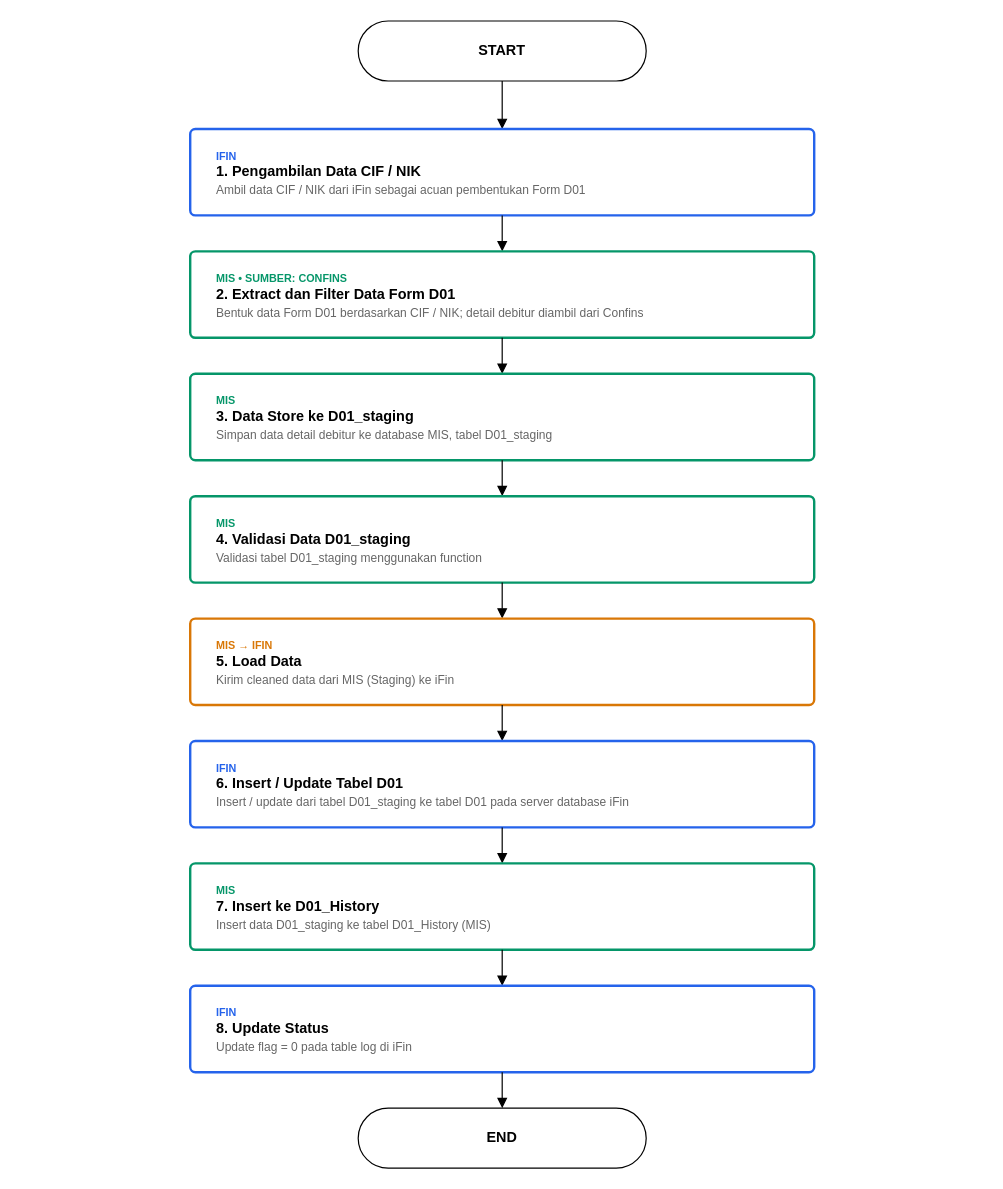
The draw.io diagram diagrams/slik-d01-business-flow.drawio in mcellina/flow_process_1, before the edit. Source tidied: cells renumbered, new cells numbered last; positions are measured from the earlier drawing's top-left corner, leaving out a move shared by most shapes. Both pictures are drawn from the tidied source at 120%, with x=0, y=0 at pixel (190, 20).
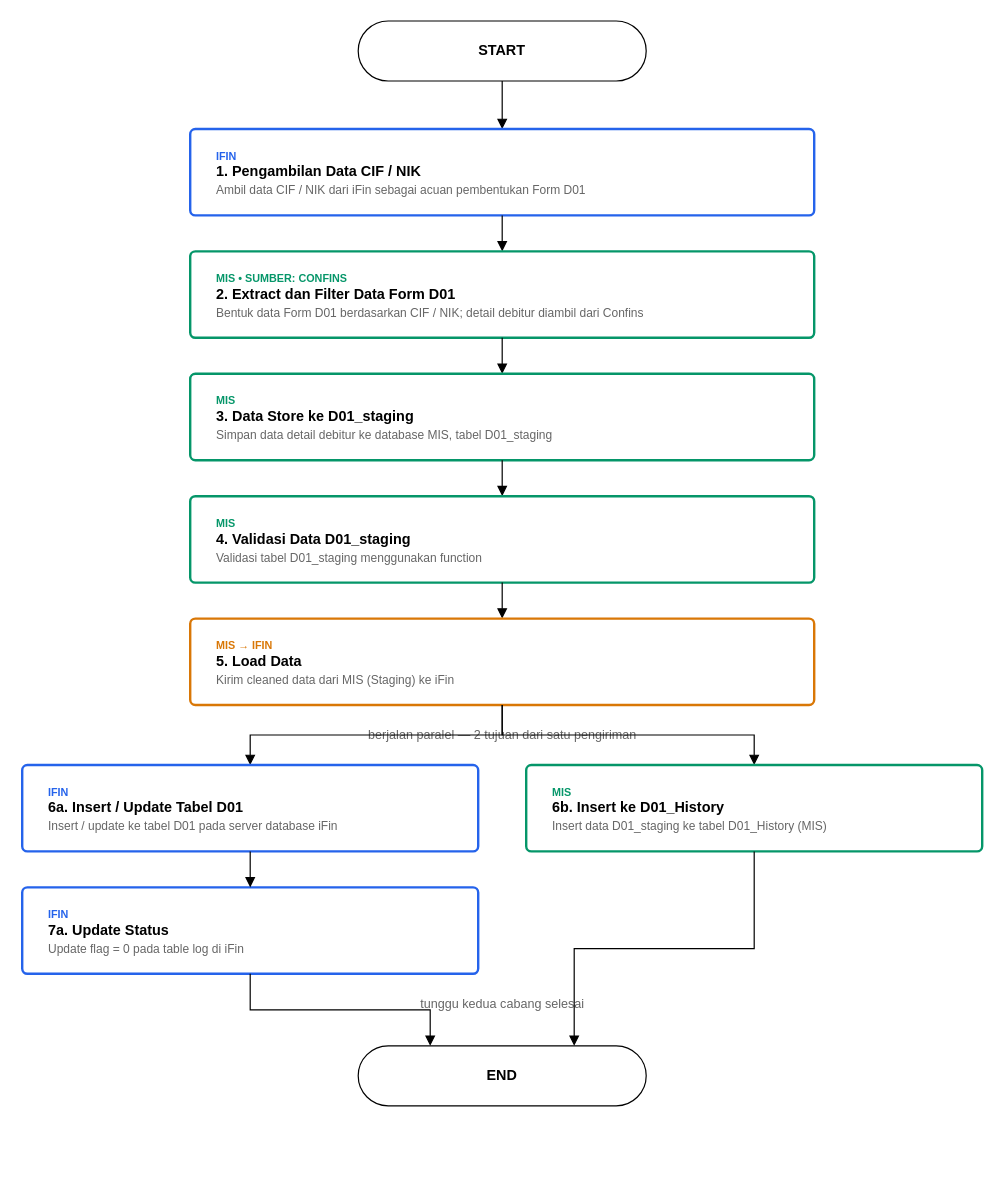
The same diagram, later.

Commit message (it also covers changes not shown here):
Reshape steps 6/7 into a parallel fork after Load Data

Insert/Update Tabel D01 + Update Status (iFin) and Insert ke D01_History
(MIS) are two destinations of the same send, not sequential steps -
mirrors the Multicast pattern already used in the SSIS control-flow
diagram. Renumbered to 6a/7a (iFin branch) and 6b (MIS branch), converging
before END.

The edit, as a diff of the source:
```diff
@@
-    <mxCell id="4" value="&lt;font style='font-size:9px;color:#2563eb'&gt;&lt;b&gt;IFIN&lt;/b&gt;&lt;/font&gt;&lt;br&gt;&lt;b&gt;1. Pengambilan Data CIF / NIK&lt;/b&gt;&lt;br&gt;&lt;font style='font-size:10px;color:#666666'&gt;Ambil data CIF / NIK dari iFin sebagai acuan pembentukan Form D01&lt;/font&gt;" style="rounded=1;arcSize=6;whiteSpace=wrap;html=1;align=left;verticalAlign=middle;spacing=8;spacingLeft=14;strokeColor=#2563eb;strokeWidth=2;" parent="1" vertex="1">
+    <mxCell id="4" value="&lt;font style='font-size:9px;color:#2563EB'&gt;&lt;b&gt;IFIN&lt;/b&gt;&lt;/font&gt;&lt;br&gt;&lt;b&gt;1. Pengambilan Data CIF / NIK&lt;/b&gt;&lt;br&gt;&lt;font style='font-size:10px;color:#666666'&gt;Ambil data CIF / NIK dari iFin sebagai acuan pembentukan Form D01&lt;/font&gt;" style="rounded=1;arcSize=6;whiteSpace=wrap;html=1;align=left;verticalAlign=middle;spacing=8;spacingLeft=14;strokeColor=#2563EB;strokeWidth=2;" parent="1" vertex="1">
       <mxGeometry y="90" width="520" height="72" as="geometry" />
     </mxCell>
@@
-    <mxCell id="6" value="&lt;font style='font-size:9px;color:#059669'&gt;&lt;b&gt;MIS  •  SUMBER: CONFINS&lt;/b&gt;&lt;/font&gt;&lt;br&gt;&lt;b&gt;2. Extract dan Filter Data Form D01&lt;/b&gt;&lt;br&gt;&lt;font style='font-size:10px;color:#666666'&gt;Bentuk data Form D01 berdasarkan CIF / NIK; detail debitur diambil dari Confins&lt;/font&gt;" style="rounded=1;arcSize=6;whiteSpace=wrap;html=1;align=left;verticalAlign=middle;spacing=8;spacingLeft=14;strokeColor=#059669;strokeWidth=2;" parent="1" vertex="1">
+    <mxCell id="6" value="&lt;font style='font-size:9px;color:#059669'&gt;&lt;b&gt;MIS • SUMBER: CONFINS&lt;/b&gt;&lt;/font&gt;&lt;br&gt;&lt;b&gt;2. Extract dan Filter Data Form D01&lt;/b&gt;&lt;br&gt;&lt;font style='font-size:10px;color:#666666'&gt;Bentuk data Form D01 berdasarkan CIF / NIK; detail debitur diambil dari Confins&lt;/font&gt;" style="rounded=1;arcSize=6;whiteSpace=wrap;html=1;align=left;verticalAlign=middle;spacing=8;spacingLeft=14;strokeColor=#059669;strokeWidth=2;" parent="1" vertex="1">
       <mxGeometry y="192" width="520" height="72" as="geometry" />
     </mxCell>
@@
-    <mxCell id="12" value="&lt;font style='font-size:9px;color:#d97706'&gt;&lt;b&gt;MIS → IFIN&lt;/b&gt;&lt;/font&gt;&lt;br&gt;&lt;b&gt;5. Load Data&lt;/b&gt;&lt;br&gt;&lt;font style='font-size:10px;color:#666666'&gt;Kirim cleaned data dari MIS (Staging) ke iFin&lt;/font&gt;" style="rounded=1;arcSize=6;whiteSpace=wrap;html=1;align=left;verticalAlign=middle;spacing=8;spacingLeft=14;strokeColor=#d97706;strokeWidth=2;" parent="1" vertex="1">
+    <mxCell id="12" value="&lt;font style='font-size:9px;color:#D97706'&gt;&lt;b&gt;MIS → IFIN&lt;/b&gt;&lt;/font&gt;&lt;br&gt;&lt;b&gt;5. Load Data&lt;/b&gt;&lt;br&gt;&lt;font style='font-size:10px;color:#666666'&gt;Kirim cleaned data dari MIS (Staging) ke iFin&lt;/font&gt;" style="rounded=1;arcSize=6;whiteSpace=wrap;html=1;align=left;verticalAlign=middle;spacing=8;spacingLeft=14;strokeColor=#D97706;strokeWidth=2;" parent="1" vertex="1">
       <mxGeometry y="498" width="520" height="72" as="geometry" />
     </mxCell>
-    <mxCell id="13" style="edgeStyle=orthogonalEdgeStyle;html=1;endArrow=block;rounded=0;" parent="1" edge="1" source="12" target="14">
-      <mxGeometry relative="1" as="geometry" />
-    </mxCell>
-    <mxCell id="14" value="&lt;font style='font-size:9px;color:#2563eb'&gt;&lt;b&gt;IFIN&lt;/b&gt;&lt;/font&gt;&lt;br&gt;&lt;b&gt;6. Insert / Update Tabel D01&lt;/b&gt;&lt;br&gt;&lt;font style='font-size:10px;color:#666666'&gt;Insert / update dari tabel D01_staging ke tabel D01 pada server database iFin&lt;/font&gt;" style="rounded=1;arcSize=6;whiteSpace=wrap;html=1;align=left;verticalAlign=middle;spacing=8;spacingLeft=14;strokeColor=#2563eb;strokeWidth=2;" parent="1" vertex="1">
-      <mxGeometry y="600" width="520" height="72" as="geometry" />
-    </mxCell>
-    <mxCell id="15" style="edgeStyle=orthogonalEdgeStyle;html=1;endArrow=block;rounded=0;" parent="1" edge="1" source="14" target="16">
-      <mxGeometry relative="1" as="geometry" />
-    </mxCell>
-    <mxCell id="16" value="&lt;font style='font-size:9px;color:#059669'&gt;&lt;b&gt;MIS&lt;/b&gt;&lt;/font&gt;&lt;br&gt;&lt;b&gt;7. Insert ke D01_History&lt;/b&gt;&lt;br&gt;&lt;font style='font-size:10px;color:#666666'&gt;Insert data D01_staging ke tabel D01_History (MIS)&lt;/font&gt;" style="rounded=1;arcSize=6;whiteSpace=wrap;html=1;align=left;verticalAlign=middle;spacing=8;spacingLeft=14;strokeColor=#059669;strokeWidth=2;" parent="1" vertex="1">
-      <mxGeometry y="702" width="520" height="72" as="geometry" />
-    </mxCell>
-    <mxCell id="17" style="edgeStyle=orthogonalEdgeStyle;html=1;endArrow=block;rounded=0;" parent="1" edge="1" source="16" target="18">
-      <mxGeometry relative="1" as="geometry" />
-    </mxCell>
-    <mxCell id="18" value="&lt;font style='font-size:9px;color:#2563eb'&gt;&lt;b&gt;IFIN&lt;/b&gt;&lt;/font&gt;&lt;br&gt;&lt;b&gt;8. Update Status&lt;/b&gt;&lt;br&gt;&lt;font style='font-size:10px;color:#666666'&gt;Update flag = 0 pada table log di iFin&lt;/font&gt;" style="rounded=1;arcSize=6;whiteSpace=wrap;html=1;align=left;verticalAlign=middle;spacing=8;spacingLeft=14;strokeColor=#2563eb;strokeWidth=2;" parent="1" vertex="1">
-      <mxGeometry y="804" width="520" height="72" as="geometry" />
-    </mxCell>
+    <mxCell id="21" value="berjalan paralel — 2 tujuan dari satu pengiriman" style="text;html=1;align=center;fontSize=10.5;fontColor=#666666;" parent="1" vertex="1">
+      <mxGeometry x="80" y="582" width="360" height="20" as="geometry" />
+    </mxCell>
+    <mxCell id="22" style="edgeStyle=orthogonalEdgeStyle;html=1;endArrow=block;rounded=0;exitX=0.5;exitY=1;entryX=0.5;entryY=0;" parent="1" edge="1" source="12" target="24">
+      <mxGeometry relative="1" as="geometry" />
+    </mxCell>
+    <mxCell id="23" style="edgeStyle=orthogonalEdgeStyle;html=1;endArrow=block;rounded=0;exitX=0.5;exitY=1;entryX=0.5;entryY=0;" parent="1" edge="1" source="12" target="27">
+      <mxGeometry relative="1" as="geometry" />
+    </mxCell>
+    <mxCell id="24" value="&lt;font style='font-size:9px;color:#2563EB'&gt;&lt;b&gt;IFIN&lt;/b&gt;&lt;/font&gt;&lt;br&gt;&lt;b&gt;6a. Insert / Update Tabel D01&lt;/b&gt;&lt;br&gt;&lt;font style='font-size:10px;color:#666666'&gt;Insert / update ke tabel D01 pada server database iFin&lt;/font&gt;" style="rounded=1;arcSize=6;whiteSpace=wrap;html=1;align=left;verticalAlign=middle;spacing=8;spacingLeft=14;strokeColor=#2563EB;strokeWidth=2;" parent="1" vertex="1">
+      <mxGeometry x="-140" y="620" width="380" height="72" as="geometry" />
+    </mxCell>
+    <mxCell id="25" value="&lt;font style='font-size:9px;color:#2563EB'&gt;&lt;b&gt;IFIN&lt;/b&gt;&lt;/font&gt;&lt;br&gt;&lt;b&gt;7a. Update Status&lt;/b&gt;&lt;br&gt;&lt;font style='font-size:10px;color:#666666'&gt;Update flag = 0 pada table log di iFin&lt;/font&gt;" style="rounded=1;arcSize=6;whiteSpace=wrap;html=1;align=left;verticalAlign=middle;spacing=8;spacingLeft=14;strokeColor=#2563EB;strokeWidth=2;" parent="1" vertex="1">
+      <mxGeometry x="-140" y="722" width="380" height="72" as="geometry" />
+    </mxCell>
+    <mxCell id="26" style="edgeStyle=orthogonalEdgeStyle;html=1;endArrow=block;rounded=0;" parent="1" edge="1" source="24" target="25">
+      <mxGeometry relative="1" as="geometry" />
+    </mxCell>
+    <mxCell id="27" value="&lt;font style='font-size:9px;color:#059669'&gt;&lt;b&gt;MIS&lt;/b&gt;&lt;/font&gt;&lt;br&gt;&lt;b&gt;6b. Insert ke D01_History&lt;/b&gt;&lt;br&gt;&lt;font style='font-size:10px;color:#666666'&gt;Insert data D01_staging ke tabel D01_History (MIS)&lt;/font&gt;" style="rounded=1;arcSize=6;whiteSpace=wrap;html=1;align=left;verticalAlign=middle;spacing=8;spacingLeft=14;strokeColor=#059669;strokeWidth=2;" parent="1" vertex="1">
+      <mxGeometry x="280" y="620" width="380" height="72" as="geometry" />
+    </mxCell>
+    <mxCell id="28" value="tunggu kedua cabang selesai" style="text;html=1;align=center;fontSize=10.5;fontColor=#666666;" parent="1" vertex="1">
+      <mxGeometry x="150" y="806" width="220" height="20" as="geometry" />
+    </mxCell>
     <mxCell id="19" value="END" style="rounded=1;arcSize=50;whiteSpace=wrap;html=1;fontStyle=1;" parent="1" vertex="1">
-      <mxGeometry x="140" y="906" width="240" height="50" as="geometry" />
+      <mxGeometry x="140" y="854" width="240" height="50" as="geometry" />
     </mxCell>
-    <mxCell id="20" style="edgeStyle=orthogonalEdgeStyle;html=1;endArrow=block;rounded=0;" parent="1" edge="1" source="18" target="19">
-      <mxGeometry relative="1" as="geometry" />
-    </mxCell>
+    <mxCell id="29" style="edgeStyle=orthogonalEdgeStyle;html=1;endArrow=block;rounded=0;exitX=0.5;exitY=1;entryX=0.25;entryY=0;" parent="1" edge="1" source="25" target="19">
+      <mxGeometry relative="1" as="geometry" />
+    </mxCell>
+    <mxCell id="30" style="edgeStyle=orthogonalEdgeStyle;html=1;endArrow=block;rounded=0;exitX=0.5;exitY=1;entryX=0.75;entryY=0;" parent="1" edge="1" source="27" target="19">
+      <mxGeometry relative="1" as="geometry" />
+    </mxCell>
```
